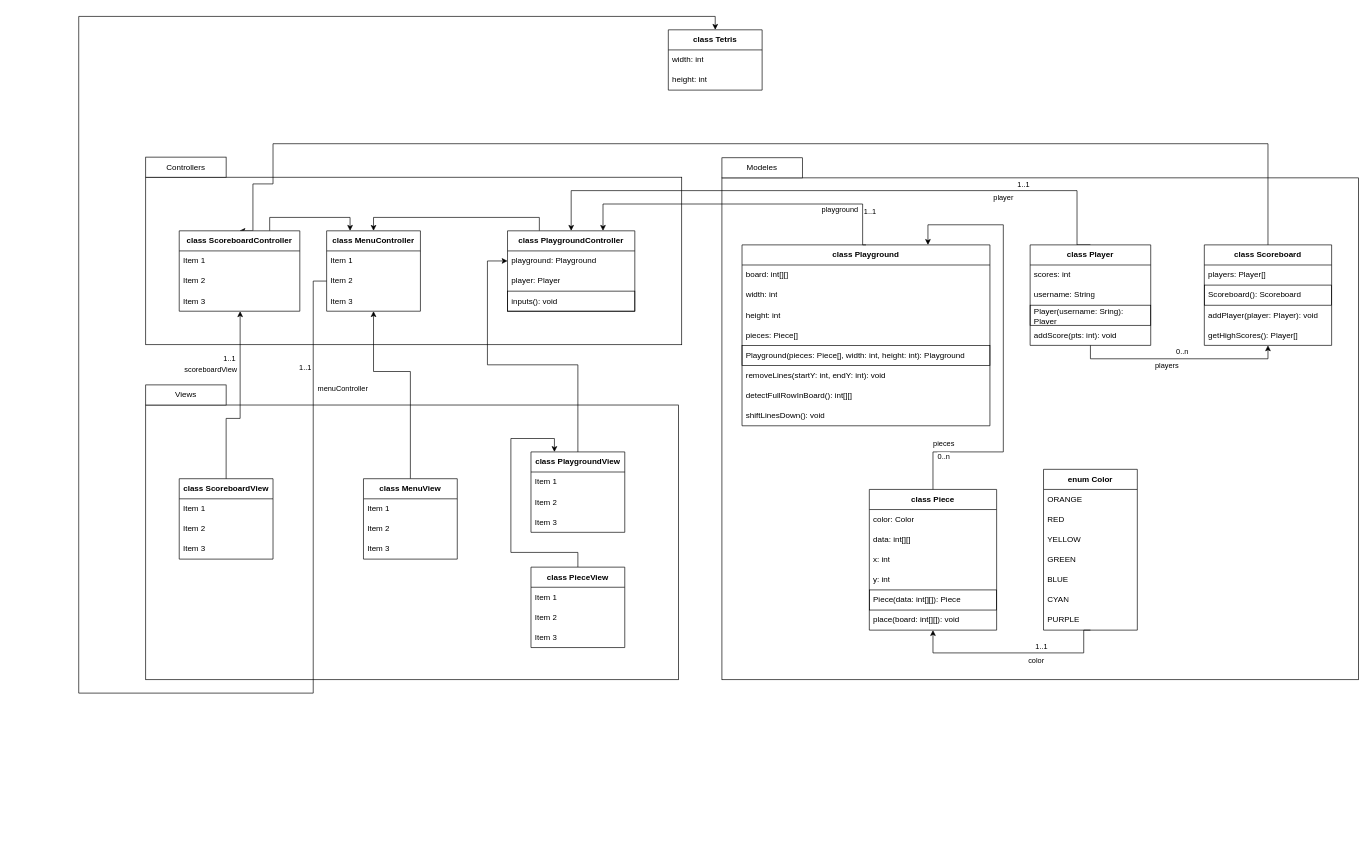
The draw.io diagram UML.drawio in ESEO-School-project/Tetris, before the edit. Source tidied: cells renumbered, new cells numbered last; positions are measured from the earlier drawing's top-left corner, leaving out a move shared by most shapes. Both pictures are drawn from the tidied source at 67%, with x=0, y=0 at pixel (78, 16).
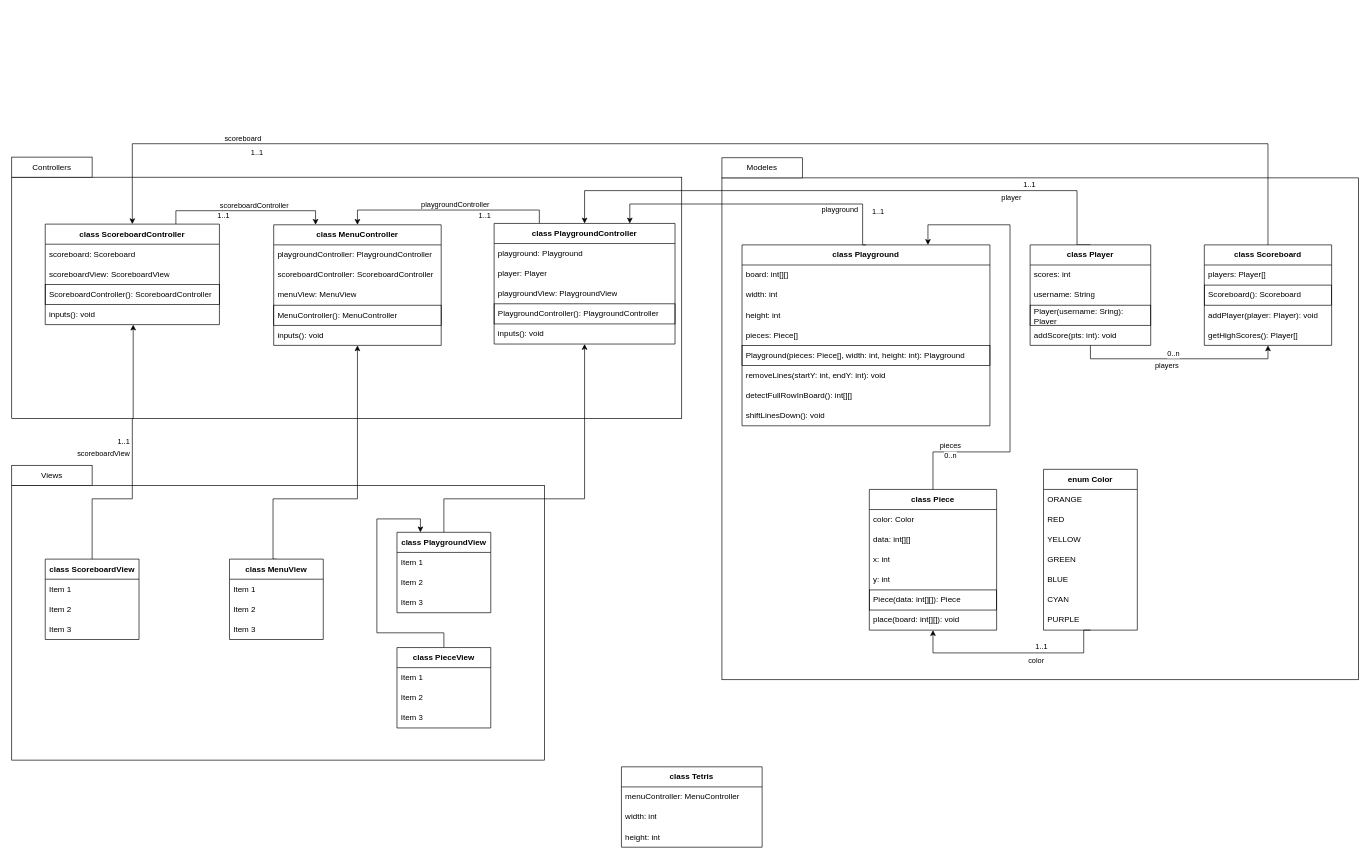
The same diagram, later.

Commit message (it also covers changes not shown here):
Mettre à jour UML.drawio

Unchanged cells that the change refers to:
```xml
<mxCell id="4" style="edgeStyle=orthogonalEdgeStyle;rounded=0;jettySize=auto;html=1;exitX=0.25;exitY=0;exitDx=0;exitDy=0;entryX=0.5;entryY=0;entryDx=0;entryDy=0;" parent="1" edge="1" source="5" target="76">
  <mxGeometry relative="1" as="geometry" />
</mxCell>
<mxCell id="12" style="edgeStyle=orthogonalEdgeStyle;rounded=0;jettySize=auto;html=1;exitX=0.5;exitY=1;exitDx=0;exitDy=0;entryX=0.5;entryY=1;entryDx=0;entryDy=0;" parent="1" edge="1" source="15" target="71">
  <mxGeometry relative="1" as="geometry" />
</mxCell>
<mxCell id="15" value="&lt;b&gt;class Player&lt;/b&gt;" style="swimlane;fontStyle=0;horizontal=1;startSize=30;whiteSpace=wrap;html=1;" parent="1" vertex="1">
  <mxGeometry x="1420" y="341" width="180" height="150" as="geometry" />
</mxCell>
<mxCell id="20" value="&lt;b&gt;class Playground&lt;/b&gt;" style="swimlane;fontStyle=0;horizontal=1;startSize=30;whiteSpace=wrap;html=1;" parent="1" vertex="1">
  <mxGeometry x="990" y="341" width="370" height="270" as="geometry" />
</mxCell>
<mxCell id="29" value="&lt;b&gt;class Piece&lt;/b&gt;" style="swimlane;fontStyle=0;horizontal=1;startSize=30;whiteSpace=wrap;html=1;" parent="1" vertex="1">
  <mxGeometry x="1180" y="706" width="190" height="210" as="geometry" />
</mxCell>
<mxCell id="71" value="&lt;b&gt;class Scoreboard&lt;/b&gt;" style="swimlane;fontStyle=0;horizontal=1;startSize=30;whiteSpace=wrap;html=1;" parent="1" vertex="1">
  <mxGeometry x="1680" y="341" width="190" height="150" as="geometry" />
</mxCell>
<mxCell id="89" style="edgeStyle=orthogonalEdgeStyle;rounded=0;jettySize=auto;html=1;exitX=0.75;exitY=0;exitDx=0;exitDy=0;entryX=0.25;entryY=0;entryDx=0;entryDy=0;" parent="1" edge="1" source="90" target="76">
  <mxGeometry relative="1" as="geometry" />
</mxCell>
```

Change to the diagram source:
```diff
@@
     <mxCell id="2" style="rounded=0;whiteSpace=wrap;html=1;" parent="1" vertex="1">
-      <mxGeometry x="100" y="240" width="800" height="250" as="geometry" />
+      <mxGeometry x="-100" y="240" width="1000" height="360" as="geometry" />
     </mxCell>
@@
+    <mxCell id="100" value="&lt;div&gt;playgroundController&lt;/div&gt;" style="edgeLabel;html=1;align=center;verticalAlign=middle;" parent="4" vertex="1">
+      <mxGeometry x="-0.06" y="3" relative="1" as="geometry">
+        <mxPoint x="1" y="-12" as="offset" />
+      </mxGeometry>
+    </mxCell>
+    <mxCell id="101" value="1..1" style="edgeLabel;html=1;align=center;verticalAlign=middle;" parent="4" vertex="1">
+      <mxGeometry x="-0.64" y="-2" relative="1" as="geometry">
+        <mxPoint x="-46" y="10" as="offset" />
+      </mxGeometry>
+    </mxCell>
     <mxCell id="5" value="&lt;div&gt;&lt;b&gt;class PlaygroundController&lt;/b&gt;&lt;/div&gt;" style="swimlane;fontStyle=0;horizontal=1;startSize=30;whiteSpace=wrap;html=1;" parent="1" vertex="1">
-      <mxGeometry x="640" y="320" width="190" height="120" as="geometry" />
+      <mxGeometry x="620" y="309" width="270" height="180" as="geometry" />
     </mxCell>
     <mxCell id="6" value="playground: Playground" style="text;strokeColor=none;fillColor=none;align=left;verticalAlign=middle;spacingLeft=4;spacingRight=4;overflow=hidden;points=[[0,0.5],[1,0.5]];portConstraint=eastwest;whiteSpace=wrap;html=1;" parent="5" vertex="1">
-      <mxGeometry y="30" width="190" height="30" as="geometry" />
+      <mxGeometry y="30" width="270" height="30" as="geometry" />
     </mxCell>
+    <mxCell id="102" value="player: Player" style="text;strokeColor=none;fillColor=none;align=left;verticalAlign=middle;spacingLeft=4;spacingRight=4;overflow=hidden;whiteSpace=wrap;html=1;" parent="5" vertex="1">
+      <mxGeometry y="60" width="270" height="30" as="geometry" />
+    </mxCell>
-    <mxCell id="7" value="player: Player" style="text;strokeColor=none;fillColor=none;align=left;verticalAlign=middle;spacingLeft=4;spacingRight=4;overflow=hidden;whiteSpace=wrap;html=1;" parent="5" vertex="1">
-      <mxGeometry y="60" width="190" height="30" as="geometry" />
+    <mxCell id="7" value="playgroundView: PlaygroundView" style="text;strokeColor=none;fillColor=none;align=left;verticalAlign=middle;spacingLeft=4;spacingRight=4;overflow=hidden;whiteSpace=wrap;html=1;" parent="5" vertex="1">
+      <mxGeometry y="90" width="270" height="30" as="geometry" />
     </mxCell>
+    <mxCell id="103" value="PlaygroundController(): PlaygroundController" style="text;strokeColor=default;fillColor=none;align=left;verticalAlign=middle;spacingLeft=4;spacingRight=4;overflow=hidden;whiteSpace=wrap;html=1;" parent="5" vertex="1">
+      <mxGeometry y="120" width="270" height="30" as="geometry" />
+    </mxCell>
-    <mxCell id="8" value="inputs(): void" style="text;strokeColor=default;fillColor=none;align=left;verticalAlign=middle;spacingLeft=4;spacingRight=4;overflow=hidden;whiteSpace=wrap;html=1;" parent="5" vertex="1">
-      <mxGeometry y="90" width="190" height="30" as="geometry" />
+    <mxCell id="8" value="inputs(): void" style="text;strokeColor=none;fillColor=none;align=left;verticalAlign=middle;spacingLeft=4;spacingRight=4;overflow=hidden;whiteSpace=wrap;html=1;" parent="5" vertex="1">
+      <mxGeometry y="150" width="270" height="30" as="geometry" />
     </mxCell>
     <mxCell id="9" style="edgeStyle=orthogonalEdgeStyle;rounded=0;jettySize=auto;html=1;entryX=0.5;entryY=0;entryDx=0;entryDy=0;exitX=0.5;exitY=0;exitDx=0;exitDy=0;" parent="1" edge="1" source="15" target="5">
       <mxGeometry relative="1" as="geometry">
         <Array as="points">
           <mxPoint x="1490" y="341" />
           <mxPoint x="1490" y="260" />
-          <mxPoint x="735" y="260" />
+          <mxPoint x="755" y="260" />
         </Array>
       </mxGeometry>
     </mxCell>
@@
     <mxCell id="13" value="0..n" style="edgeLabel;html=1;align=center;verticalAlign=middle;" parent="12" vertex="1">
       <mxGeometry x="-0.13" y="2" relative="1" as="geometry">
-        <mxPoint x="23" y="-9" as="offset" />
+        <mxPoint x="10" y="-6" as="offset" />
       </mxGeometry>
     </mxCell>
@@
     <mxCell id="44" style="edgeStyle=orthogonalEdgeStyle;rounded=0;jettySize=auto;html=1;exitX=0.5;exitY=0;exitDx=0;exitDy=0;entryX=0.75;entryY=0;entryDx=0;entryDy=0;" parent="1" edge="1" source="20" target="5">
       <mxGeometry relative="1" as="geometry">
         <Array as="points">
           <mxPoint x="1170" y="341" />
           <mxPoint x="1170" y="280" />
-          <mxPoint x="783" y="280" />
+          <mxPoint x="823" y="280" />
+          <mxPoint x="823" y="309" />
         </Array>
       </mxGeometry>
     </mxCell>
@@
     <mxCell id="50" style="edgeStyle=orthogonalEdgeStyle;rounded=0;jettySize=auto;html=1;exitX=0.5;exitY=0;exitDx=0;exitDy=0;entryX=0.75;entryY=0;entryDx=0;entryDy=0;" parent="1" edge="1" source="29" target="20">
       <mxGeometry relative="1" as="geometry">
         <Array as="points">
           <mxPoint x="1275" y="650" />
-          <mxPoint x="1380" y="650" />
-          <mxPoint x="1380" y="311" />
+          <mxPoint x="1390" y="650" />
+          <mxPoint x="1390" y="311" />
           <mxPoint x="1268" y="311" />
         </Array>
       </mxGeometry>
     </mxCell>
@@
     <mxCell id="54" value="Controllers" style="rounded=0;whiteSpace=wrap;html=1;" parent="1" vertex="1">
-      <mxGeometry x="100" y="210" width="120" height="30" as="geometry" />
+      <mxGeometry x="-100" y="210" width="120" height="30" as="geometry" />
     </mxCell>
     <mxCell id="55" style="rounded=0;whiteSpace=wrap;html=1;" parent="1" vertex="1">
-      <mxGeometry x="100" y="580" width="795" height="410" as="geometry" />
+      <mxGeometry x="-100" y="700" width="795" height="410" as="geometry" />
     </mxCell>
     <mxCell id="56" value="Views" style="rounded=0;whiteSpace=wrap;html=1;" parent="1" vertex="1">
-      <mxGeometry x="100" y="550" width="120" height="30" as="geometry" />
+      <mxGeometry x="-100" y="670" width="120" height="30" as="geometry" />
     </mxCell>
     <mxCell id="57" style="edgeStyle=orthogonalEdgeStyle;rounded=0;jettySize=auto;html=1;exitX=0.5;exitY=0;exitDx=0;exitDy=0;entryX=0.25;entryY=0;entryDx=0;entryDy=0;" parent="1" edge="1" source="58" target="62">
       <mxGeometry relative="1" as="geometry">
         <Array as="points">
-          <mxPoint x="745" y="800" />
-          <mxPoint x="645" y="800" />
-          <mxPoint x="645" y="630" />
-          <mxPoint x="710" y="630" />
+          <mxPoint x="545" y="920" />
+          <mxPoint x="445" y="920" />
+          <mxPoint x="445" y="750" />
+          <mxPoint x="510" y="750" />
         </Array>
       </mxGeometry>
     </mxCell>
     <mxCell id="58" value="&lt;b&gt;class PieceView&lt;/b&gt;" style="swimlane;fontStyle=0;horizontal=1;startSize=30;whiteSpace=wrap;html=1;" parent="1" vertex="1">
-      <mxGeometry x="675" y="822" width="140" height="120" as="geometry" />
+      <mxGeometry x="475" y="942" width="140" height="120" as="geometry" />
     </mxCell>
@@
     <mxCell id="62" value="&lt;b&gt;class PlaygroundView&lt;/b&gt;" style="swimlane;fontStyle=0;horizontal=1;startSize=30;whiteSpace=wrap;html=1;" parent="1" vertex="1">
-      <mxGeometry x="675" y="650" width="140" height="120" as="geometry" />
+      <mxGeometry x="475" y="770" width="140" height="120" as="geometry" />
     </mxCell>
@@
     <mxCell id="66" value="&lt;b&gt;class Tetris&lt;/b&gt;" style="swimlane;fontStyle=0;horizontal=1;startSize=30;whiteSpace=wrap;html=1;" parent="1" vertex="1">
-      <mxGeometry x="880" y="20" width="140" height="90" as="geometry" />
+      <mxGeometry x="810" y="1120" width="210" height="120" as="geometry" />
     </mxCell>
-    <mxCell id="67" value="width: int" style="text;strokeColor=none;fillColor=none;align=left;verticalAlign=middle;spacingLeft=4;spacingRight=4;overflow=hidden;whiteSpace=wrap;html=1;" parent="66" vertex="1">
-      <mxGeometry y="30" width="140" height="30" as="geometry" />
+    <mxCell id="67" value="menuController: MenuController" style="text;strokeColor=none;fillColor=none;align=left;verticalAlign=middle;spacingLeft=4;spacingRight=4;overflow=hidden;whiteSpace=wrap;html=1;" parent="66" vertex="1">
+      <mxGeometry y="30" width="210" height="30" as="geometry" />
     </mxCell>
+    <mxCell id="104" value="width: int" style="text;strokeColor=none;fillColor=none;align=left;verticalAlign=middle;spacingLeft=4;spacingRight=4;overflow=hidden;whiteSpace=wrap;html=1;" parent="66" vertex="1">
+      <mxGeometry y="60" width="210" height="30" as="geometry" />
+    </mxCell>
     <mxCell id="68" value="height: int" style="text;strokeColor=none;fillColor=none;align=left;verticalAlign=middle;spacingLeft=4;spacingRight=4;overflow=hidden;whiteSpace=wrap;html=1;" parent="66" vertex="1">
-      <mxGeometry y="60" width="140" height="30" as="geometry" />
+      <mxGeometry y="90" width="210" height="30" as="geometry" />
     </mxCell>
-    <mxCell id="69" style="edgeStyle=orthogonalEdgeStyle;rounded=0;jettySize=auto;html=1;exitX=0.5;exitY=0;exitDx=0;exitDy=0;entryX=0;entryY=0.5;entryDx=0;entryDy=0;" parent="1" edge="1" source="62" target="6">
+    <mxCell id="69" style="edgeStyle=orthogonalEdgeStyle;rounded=0;jettySize=auto;html=1;exitX=0.5;exitY=0;exitDx=0;exitDy=0;entryX=0.5;entryY=1;entryDx=0;entryDy=0;" parent="1" edge="1" source="62" target="5">
       <mxGeometry relative="1" as="geometry">
         <Array as="points">
-          <mxPoint x="745" y="520" />
-          <mxPoint x="610" y="520" />
-          <mxPoint x="610" y="365" />
+          <mxPoint x="545" y="720" />
+          <mxPoint x="755" y="720" />
         </Array>
       </mxGeometry>
     </mxCell>
     <mxCell id="70" style="edgeStyle=orthogonalEdgeStyle;rounded=0;jettySize=auto;html=1;exitX=0.5;exitY=0;exitDx=0;exitDy=0;entryX=0.5;entryY=0;entryDx=0;entryDy=0;" parent="1" edge="1" source="71" target="90">
       <mxGeometry relative="1" as="geometry">
         <Array as="points">
           <mxPoint x="1775" y="190" />
-          <mxPoint x="290" y="190" />
-          <mxPoint x="290" y="250" />
-          <mxPoint x="260" y="250" />
+          <mxPoint x="80" y="190" />
         </Array>
       </mxGeometry>
     </mxCell>
+    <mxCell id="105" value="scoreboard" style="edgeLabel;html=1;align=center;verticalAlign=middle;" parent="70" vertex="1">
+      <mxGeometry x="0.71" relative="1" as="geometry">
+        <mxPoint x="-1" y="-9" as="offset" />
+      </mxGeometry>
+    </mxCell>
+    <mxCell id="106" value="1..1" style="edgeLabel;html=1;align=center;verticalAlign=middle;" parent="70" vertex="1">
+      <mxGeometry x="0.6" y="1" relative="1" as="geometry">
+        <mxPoint x="-88" y="11" as="offset" />
+      </mxGeometry>
+    </mxCell>
@@
     <mxCell id="76" value="&lt;b&gt;class MenuController&lt;/b&gt;" style="swimlane;fontStyle=0;horizontal=1;startSize=30;whiteSpace=wrap;html=1;" parent="1" vertex="1">
-      <mxGeometry x="370" y="320" width="140" height="120" as="geometry" />
+      <mxGeometry x="291" y="311" width="250" height="180" as="geometry" />
     </mxCell>
-    <mxCell id="77" value="Item 1" style="text;strokeColor=none;fillColor=none;align=left;verticalAlign=middle;spacingLeft=4;spacingRight=4;overflow=hidden;whiteSpace=wrap;html=1;" parent="76" vertex="1">
-      <mxGeometry y="30" width="140" height="30" as="geometry" />
+    <mxCell id="77" value="playgroundController: PlaygroundController" style="text;strokeColor=none;fillColor=none;align=left;verticalAlign=middle;spacingLeft=4;spacingRight=4;overflow=hidden;whiteSpace=wrap;html=1;" parent="76" vertex="1">
+      <mxGeometry y="30" width="250" height="30" as="geometry" />
     </mxCell>
-    <mxCell id="78" value="Item 2" style="text;strokeColor=none;fillColor=none;align=left;verticalAlign=middle;spacingLeft=4;spacingRight=4;overflow=hidden;points=[[0,0.5],[1,0.5]];portConstraint=eastwest;whiteSpace=wrap;html=1;" parent="76" vertex="1">
-      <mxGeometry y="60" width="140" height="30" as="geometry" />
+    <mxCell id="78" value="scoreboardController: ScoreboardController" style="text;strokeColor=none;fillColor=none;align=left;verticalAlign=middle;spacingLeft=4;spacingRight=4;overflow=hidden;points=[[0,0.5],[1,0.5]];portConstraint=eastwest;whiteSpace=wrap;html=1;" parent="76" vertex="1">
+      <mxGeometry y="60" width="250" height="30" as="geometry" />
     </mxCell>
+    <mxCell id="107" value="menuView: MenuView" style="text;strokeColor=none;fillColor=none;align=left;verticalAlign=middle;spacingLeft=4;spacingRight=4;overflow=hidden;whiteSpace=wrap;html=1;" parent="76" vertex="1">
+      <mxGeometry y="90" width="250" height="30" as="geometry" />
+    </mxCell>
-    <mxCell id="79" value="Item 3" style="text;strokeColor=none;fillColor=none;align=left;verticalAlign=middle;spacingLeft=4;spacingRight=4;overflow=hidden;whiteSpace=wrap;html=1;" parent="76" vertex="1">
-      <mxGeometry y="90" width="140" height="30" as="geometry" />
+    <mxCell id="79" value="MenuController(): MenuController" style="text;strokeColor=default;fillColor=none;align=left;verticalAlign=middle;spacingLeft=4;spacingRight=4;overflow=hidden;whiteSpace=wrap;html=1;" parent="76" vertex="1">
+      <mxGeometry y="120" width="250" height="30" as="geometry" />
     </mxCell>
+    <mxCell id="108" value="inputs(): void" style="text;strokeColor=none;fillColor=none;align=left;verticalAlign=middle;spacingLeft=4;spacingRight=4;overflow=hidden;whiteSpace=wrap;html=1;" parent="76" vertex="1">
+      <mxGeometry y="150" width="250" height="30" as="geometry" />
+    </mxCell>
     <mxCell id="80" style="edgeStyle=orthogonalEdgeStyle;rounded=0;jettySize=auto;html=1;exitX=0.5;exitY=0;exitDx=0;exitDy=0;entryX=0.5;entryY=1;entryDx=0;entryDy=0;" parent="1" edge="1" source="81" target="76">
       <mxGeometry relative="1" as="geometry">
         <Array as="points">
-          <mxPoint x="495" y="530" />
-          <mxPoint x="440" y="530" />
+          <mxPoint x="290" y="810" />
+          <mxPoint x="290" y="720" />
+          <mxPoint x="416" y="720" />
         </Array>
       </mxGeometry>
     </mxCell>
     <mxCell id="81" value="&lt;b&gt;class MenuView&lt;/b&gt;" style="swimlane;fontStyle=0;horizontal=1;startSize=30;whiteSpace=wrap;html=1;" parent="1" vertex="1">
-      <mxGeometry x="425" y="690" width="140" height="120" as="geometry" />
+      <mxGeometry x="225" y="810" width="140" height="120" as="geometry" />
     </mxCell>
@@
     <mxCell id="85" value="&lt;b&gt;class ScoreboardView&lt;/b&gt;" style="swimlane;fontStyle=0;horizontal=1;startSize=30;whiteSpace=wrap;html=1;" parent="1" vertex="1">
-      <mxGeometry x="150" y="690" width="140" height="120" as="geometry" />
+      <mxGeometry x="-50" y="810" width="140" height="120" as="geometry" />
     </mxCell>
@@
+    <mxCell id="109" value="scoreboardController" style="edgeLabel;html=1;align=center;verticalAlign=middle;" parent="89" vertex="1">
+      <mxGeometry x="0.14" y="2" relative="1" as="geometry">
+        <mxPoint x="-6" y="-7" as="offset" />
+      </mxGeometry>
+    </mxCell>
+    <mxCell id="110" value="1..1" style="edgeLabel;html=1;align=center;verticalAlign=middle;" parent="89" vertex="1">
+      <mxGeometry x="-0.6" relative="1" as="geometry">
+        <mxPoint x="40" y="7" as="offset" />
+      </mxGeometry>
+    </mxCell>
     <mxCell id="90" value="&lt;b&gt;class ScoreboardController&lt;/b&gt;" style="swimlane;fontStyle=0;horizontal=1;startSize=30;whiteSpace=wrap;html=1;" parent="1" vertex="1">
-      <mxGeometry x="150" y="320" width="180" height="120" as="geometry" />
+      <mxGeometry x="-50" y="310" width="260" height="150" as="geometry" />
     </mxCell>
-    <mxCell id="91" value="Item 1" style="text;strokeColor=none;fillColor=none;align=left;verticalAlign=middle;spacingLeft=4;spacingRight=4;overflow=hidden;whiteSpace=wrap;html=1;" parent="90" vertex="1">
-      <mxGeometry y="30" width="180" height="30" as="geometry" />
+    <mxCell id="91" value="scoreboard: Scoreboard" style="text;strokeColor=none;fillColor=none;align=left;verticalAlign=middle;spacingLeft=4;spacingRight=4;overflow=hidden;whiteSpace=wrap;html=1;" parent="90" vertex="1">
+      <mxGeometry y="30" width="260" height="30" as="geometry" />
     </mxCell>
-    <mxCell id="92" value="Item 2" style="text;strokeColor=none;fillColor=none;align=left;verticalAlign=middle;spacingLeft=4;spacingRight=4;overflow=hidden;whiteSpace=wrap;html=1;" parent="90" vertex="1">
-      <mxGeometry y="60" width="180" height="30" as="geometry" />
+    <mxCell id="92" value="scoreboardView: ScoreboardView" style="text;strokeColor=none;fillColor=none;align=left;verticalAlign=middle;spacingLeft=4;spacingRight=4;overflow=hidden;whiteSpace=wrap;html=1;" parent="90" vertex="1">
+      <mxGeometry y="60" width="260" height="30" as="geometry" />
     </mxCell>
+    <mxCell id="111" value="ScoreboardController(): ScoreboardController" style="text;strokeColor=default;fillColor=none;align=left;verticalAlign=middle;spacingLeft=4;spacingRight=4;overflow=hidden;whiteSpace=wrap;html=1;" parent="90" vertex="1">
+      <mxGeometry y="90" width="260" height="30" as="geometry" />
+    </mxCell>
-    <mxCell id="93" value="Item 3" style="text;strokeColor=none;fillColor=none;align=left;verticalAlign=middle;spacingLeft=4;spacingRight=4;overflow=hidden;points=[[0,0.5],[1,0.5]];portConstraint=eastwest;whiteSpace=wrap;html=1;" parent="90" vertex="1">
-      <mxGeometry y="90" width="180" height="30" as="geometry" />
+    <mxCell id="93" value="inputs(): void" style="text;strokeColor=none;fillColor=none;align=left;verticalAlign=middle;spacingLeft=4;spacingRight=4;overflow=hidden;points=[[0,0.5],[1,0.5]];portConstraint=eastwest;whiteSpace=wrap;html=1;" parent="90" vertex="1">
+      <mxGeometry y="120" width="260" height="30" as="geometry" />
     </mxCell>
     <mxCell id="94" style="edgeStyle=orthogonalEdgeStyle;rounded=0;jettySize=auto;html=1;exitX=0.5;exitY=0;exitDx=0;exitDy=0;entryX=0.505;entryY=1.002;entryDx=0;entryDy=0;entryPerimeter=0;" parent="1" edge="1" source="85" target="93">
       <mxGeometry relative="1" as="geometry">
         <Array as="points">
-          <mxPoint x="220" y="600" />
-          <mxPoint x="241" y="600" />
+          <mxPoint x="20" y="720" />
+          <mxPoint x="80" y="720" />
+          <mxPoint x="80" y="600" />
         </Array>
       </mxGeometry>
     </mxCell>
     <mxCell id="95" value="1..1" style="edgeLabel;html=1;align=center;verticalAlign=middle;" parent="94" vertex="1">
       <mxGeometry x="0.47" relative="1" as="geometry">
-        <mxPoint x="-16" y="-1" as="offset" />
+        <mxPoint x="-15" y="64" as="offset" />
       </mxGeometry>
     </mxCell>
     <mxCell id="96" value="scoreboardView" style="edgeLabel;html=1;align=center;verticalAlign=middle;" parent="94" vertex="1">
       <mxGeometry x="0.26" y="5" relative="1" as="geometry">
-        <mxPoint x="-39" y="-13" as="offset" />
+        <mxPoint x="-39" y="40" as="offset" />
       </mxGeometry>
     </mxCell>
-    <mxCell id="97" style="edgeStyle=orthogonalEdgeStyle;rounded=0;jettySize=auto;html=1;exitX=0;exitY=0.5;exitDx=0;exitDy=0;entryX=0.5;entryY=0;entryDx=0;entryDy=0;" parent="1" edge="1" source="78" target="66">
-      <mxGeometry relative="1" as="geometry">
-        <Array as="points">
-          <mxPoint x="350" y="395" />
-          <mxPoint x="350" y="1010" />
-          <mxPoint y="1010" />
-          <mxPoint />
-          <mxPoint x="950" />
-        </Array>
-      </mxGeometry>
-    </mxCell>
-    <mxCell id="98" value="1..1" style="edgeLabel;html=1;align=center;verticalAlign=middle;" parent="97" vertex="1">
-      <mxGeometry x="-0.9" y="1" relative="1" as="geometry">
-        <mxPoint x="-14" as="offset" />
-      </mxGeometry>
-    </mxCell>
-    <mxCell id="99" value="menuController" style="edgeLabel;html=1;align=center;verticalAlign=middle;" parent="97" vertex="1">
-      <mxGeometry x="-0.88" y="-5" relative="1" as="geometry">
-        <mxPoint x="48" y="2" as="offset" />
-      </mxGeometry>
-    </mxCell>
```
